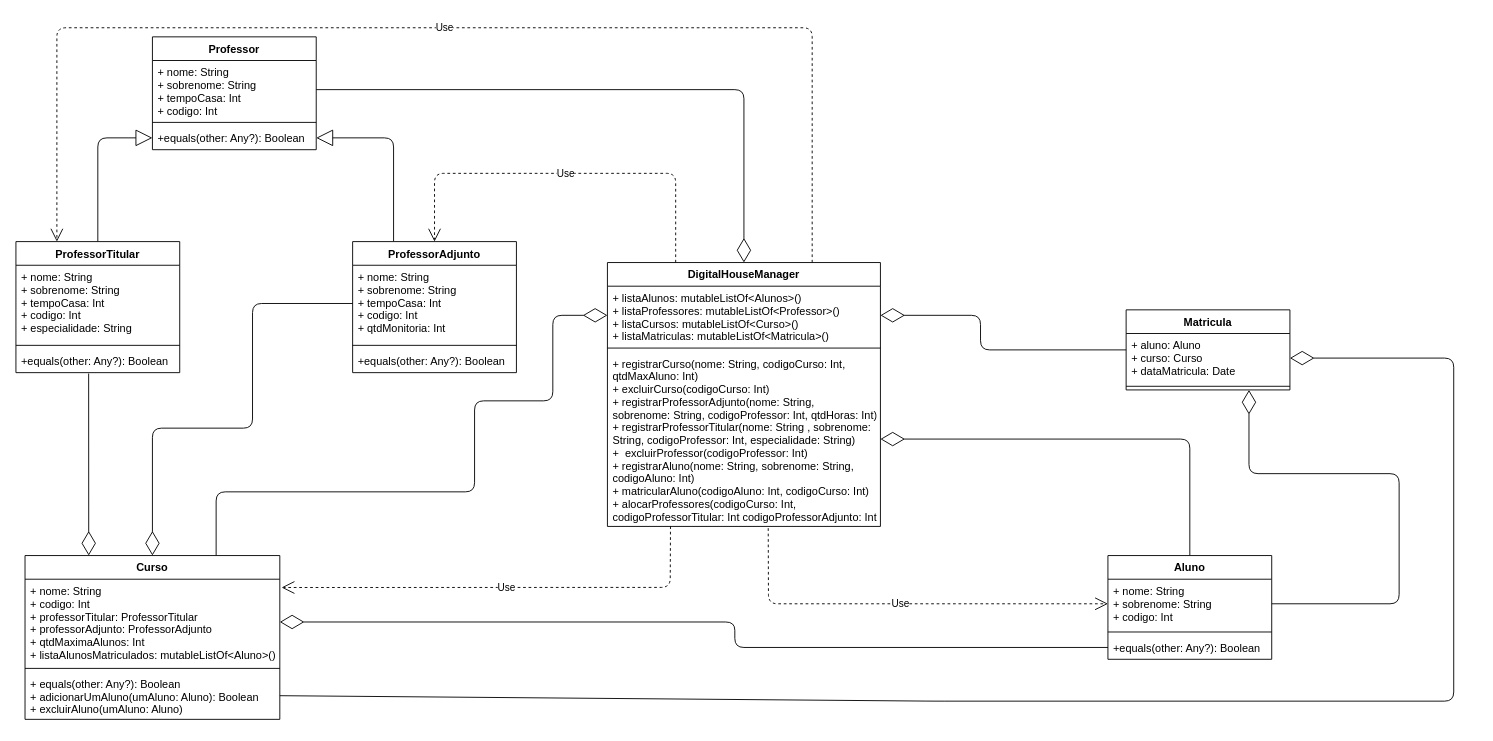
Before: UML/Diagrama Desafio Kotlin.drawio in MarcusLoureiro/DesafioKotlin, a draw.io diagram. Source tidied: cells renumbered, new cells numbered last; positions are measured from the earlier drawing's top-left corner, leaving out a move shared by most shapes. Both pictures are drawn from the tidied source at 91%, with x=0, y=0 at pixel (15, 27).
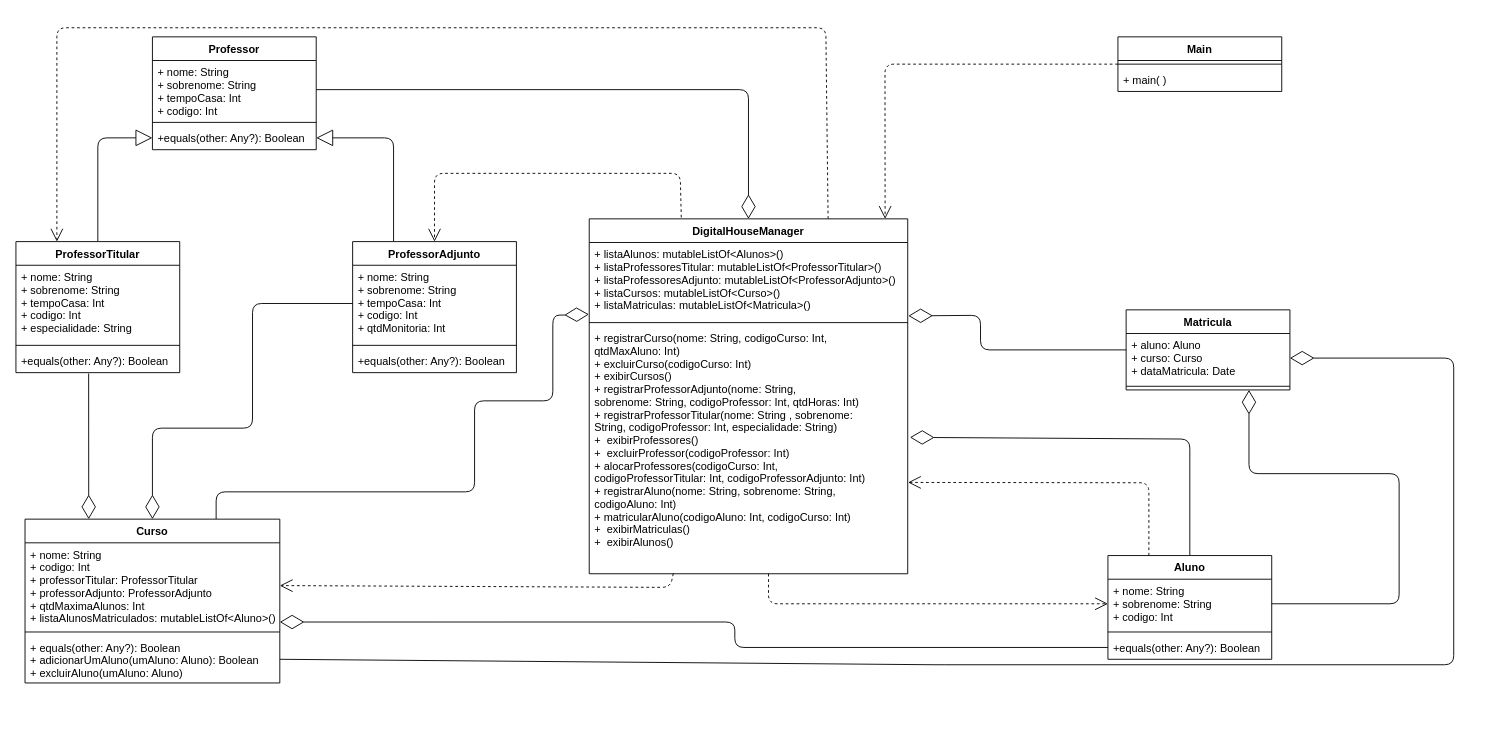
The same diagram, later.

Commit message (it also covers changes not shown here):
UML Revisado e código finalizado

The change refers to these unchanged cells:
```xml
<mxCell id="3" value="+ nome: String&#10;+ sobrenome: String&#10;+ tempoCasa: Int&#10;+ codigo: Int" style="text;strokeColor=none;fillColor=none;align=left;verticalAlign=top;spacingLeft=4;spacingRight=4;overflow=hidden;points=[[0,0.5],[1,0.5]];portConstraint=eastwest;" parent="2" vertex="1">
  <mxGeometry y="26" width="180" height="64" as="geometry" />
</mxCell>
<mxCell id="7" value="ProfessorTitular" style="swimlane;fontStyle=1;align=center;verticalAlign=top;horizontal=1;startSize=26;" parent="1" vertex="1">
  <mxGeometry y="235" width="180" height="144" as="geometry" />
</mxCell>
<mxCell id="25" value="ProfessorAdjunto" style="swimlane;fontStyle=1;align=center;verticalAlign=top;horizontal=1;startSize=26;" parent="1" vertex="1">
  <mxGeometry x="370" y="235" width="180" height="144" as="geometry" />
</mxCell>
<mxCell id="29" value="Matricula" style="swimlane;fontStyle=1;align=center;verticalAlign=top;horizontal=1;startSize=26;" parent="1" vertex="1">
  <mxGeometry x="1220" y="310" width="180" height="88" as="geometry" />
</mxCell>
<mxCell id="30" value="+ aluno: Aluno&#10;+ curso: Curso&#10;+ dataMatricula: Date" style="text;strokeColor=none;fillColor=none;align=left;verticalAlign=top;spacingLeft=4;spacingRight=4;overflow=hidden;points=[[0,0.5],[1,0.5]];portConstraint=eastwest;" parent="29" vertex="1">
  <mxGeometry y="26" width="180" height="54" as="geometry" />
</mxCell>
<mxCell id="37" value="+ nome: String&#10;+ codigo: Int&#10;+ professorTitular: ProfessorTitular&#10;+ professorAdjunto: ProfessorAdjunto&#10;+ qtdMaximaAlunos: Int&#10;+ listaAlunosMatriculados: mutableListOf&lt;Aluno&gt;()" style="text;strokeColor=none;fillColor=none;align=left;verticalAlign=top;spacingLeft=4;spacingRight=4;overflow=hidden;points=[[0,0.5],[1,0.5]];portConstraint=eastwest;" parent="36" vertex="1">
  <mxGeometry y="26" width="280" height="94" as="geometry" />
</mxCell>
<mxCell id="39" value="+ equals(other: Any?): Boolean &#10;+ adicionarUmAluno(umAluno: Aluno): Boolean&#10;+ excluirAluno(umAluno: Aluno)" style="text;strokeColor=none;fillColor=none;align=left;verticalAlign=top;spacingLeft=4;spacingRight=4;overflow=hidden;points=[[0,0.5],[1,0.5]];portConstraint=eastwest;" parent="36" vertex="1">
  <mxGeometry y="128" width="280" height="52" as="geometry" />
</mxCell>
```

The edit, as a diff of the source:
```diff
@@
-    <mxCell id="14" style="endArrow=diamondThin;endFill=0;endSize=24;html=1;exitX=0;exitY=0.5;exitDx=0;exitDy=0;entryX=1;entryY=0.5;entryDx=0;entryDy=0;" parent="1" edge="1" source="43" target="37">
+    <mxCell id="14" style="endArrow=diamondThin;endFill=0;endSize=24;html=1;exitX=0;exitY=0.5;exitDx=0;exitDy=0;entryX=1;entryY=0.926;entryDx=0;entryDy=0;entryPerimeter=0;" parent="1" edge="1" source="43" target="37">
       <mxGeometry relative="1" as="geometry">
         <Array as="points">
           <mxPoint x="790" y="681" />
           <mxPoint x="790" y="653" />
         </Array>
       </mxGeometry>
     </mxCell>
     <mxCell id="15" style="endArrow=diamondThin;endFill=0;endSize=24;html=1;entryX=1;entryY=0.5;entryDx=0;entryDy=0;exitX=1;exitY=0.5;exitDx=0;exitDy=0;" parent="1" edge="1" source="39" target="30">
       <mxGeometry relative="1" as="geometry">
         <Array as="points">
-          <mxPoint x="1010" y="740" />
-          <mxPoint x="1580" y="740" />
+          <mxPoint x="1010" y="700" />
+          <mxPoint x="1580" y="700" />
           <mxPoint x="1580" y="363" />
         </Array>
       </mxGeometry>
     </mxCell>
@@
-    <mxCell id="17" value="DigitalHouseManager&#10;" style="swimlane;fontStyle=1;align=center;verticalAlign=top;horizontal=1;startSize=26;" parent="1" vertex="1">
-      <mxGeometry x="650" y="258" width="300" height="290" as="geometry" />
-    </mxCell>
-    <mxCell id="18" value="+ listaAlunos: mutableListOf&lt;Alunos&gt;()&#10;+ listaProfessores: mutableListOf&lt;Professor&gt;()&#10;+ listaCursos: mutableListOf&lt;Curso&gt;()&#10;+ listaMatriculas: mutableListOf&lt;Matricula&gt;()" style="text;strokeColor=none;fillColor=none;align=left;verticalAlign=top;spacingLeft=4;spacingRight=4;overflow=hidden;points=[[0,0.5],[1,0.5]];portConstraint=eastwest;" parent="17" vertex="1">
-      <mxGeometry y="26" width="300" height="64" as="geometry" />
-    </mxCell>
-    <mxCell id="19" style="line;strokeWidth=1;fillColor=none;align=left;verticalAlign=middle;spacingTop=-1;spacingLeft=3;spacingRight=3;labelPosition=right;" parent="17" vertex="1">
-      <mxGeometry y="90" width="300" height="8" as="geometry" />
-    </mxCell>
-    <mxCell id="20" value="+ registrarCurso(nome: String, codigoCurso: Int, &#10;qtdMaxAluno: Int)&#10;+ excluirCurso(codigoCurso: Int)&#10;+ registrarProfessorAdjunto(nome: String, &#10;sobrenome: String, codigoProfessor: Int, qtdHoras: Int)&#10;+ registrarProfessorTitular(nome: String , sobrenome: &#10;String, codigoProfessor: Int, especialidade: String)&#10;+  excluirProfessor(codigoProfessor: Int)&#10;+ registrarAluno(nome: String, sobrenome: String, &#10;codigoAluno: Int)&#10;+ matricularAluno(codigoAluno: Int, codigoCurso: Int)&#10;+ alocarProfessores(codigoCurso: Int,&#10;codigoProfessorTitular: Int codigoProfessorAdjunto: Int)" style="text;strokeColor=none;fillColor=none;align=left;verticalAlign=top;spacingLeft=4;spacingRight=4;overflow=hidden;points=[[0,0.5],[1,0.5]];portConstraint=eastwest;" parent="17" vertex="1">
-      <mxGeometry y="98" width="300" height="192" as="geometry" />
-    </mxCell>
     <mxCell id="21" style="endArrow=diamondThin;endFill=0;endSize=24;html=1;exitX=1;exitY=0.5;exitDx=0;exitDy=0;entryX=0.5;entryY=0;entryDx=0;entryDy=0;" parent="1" edge="1" source="3" target="17">
       <mxGeometry relative="1" as="geometry">
         <Array as="points">
-          <mxPoint x="800" y="68" />
+          <mxPoint x="805" y="68" />
         </Array>
       </mxGeometry>
     </mxCell>
-    <mxCell id="22" style="endArrow=diamondThin;endFill=0;endSize=24;html=1;exitX=0.5;exitY=0;exitDx=0;exitDy=0;" parent="1" edge="1" source="40" target="20">
+    <mxCell id="22" style="endArrow=diamondThin;endFill=0;endSize=24;html=1;exitX=0.5;exitY=0;exitDx=0;exitDy=0;entryX=1.007;entryY=0.449;entryDx=0;entryDy=0;entryPerimeter=0;" parent="1" edge="1" source="40" target="20">
       <mxGeometry relative="1" as="geometry">
         <Array as="points">
           <mxPoint x="1290" y="452" />
         </Array>
       </mxGeometry>
     </mxCell>
-    <mxCell id="23" style="endArrow=diamondThin;endFill=0;endSize=24;html=1;exitX=0.75;exitY=0;exitDx=0;exitDy=0;entryX=0;entryY=0.5;entryDx=0;entryDy=0;" parent="1" edge="1" source="36" target="18">
+    <mxCell id="23" style="endArrow=diamondThin;endFill=0;endSize=24;html=1;exitX=0.75;exitY=0;exitDx=0;exitDy=0;entryX=-0.001;entryY=0.94;entryDx=0;entryDy=0;entryPerimeter=0;" parent="1" edge="1" source="36" target="18">
       <mxGeometry relative="1" as="geometry">
         <Array as="points">
           <mxPoint x="220" y="510" />
           <mxPoint x="504" y="510" />
           <mxPoint x="504" y="410" />
           <mxPoint x="590" y="410" />
           <mxPoint x="590" y="316" />
         </Array>
       </mxGeometry>
     </mxCell>
-    <mxCell id="24" style="endArrow=diamondThin;endFill=0;endSize=24;html=1;exitX=0;exitY=0.5;exitDx=0;exitDy=0;entryX=1;entryY=0.5;entryDx=0;entryDy=0;" parent="1" edge="1" source="29" target="18">
+    <mxCell id="24" style="endArrow=diamondThin;endFill=0;endSize=24;html=1;exitX=0;exitY=0.5;exitDx=0;exitDy=0;entryX=1.002;entryY=0.96;entryDx=0;entryDy=0;entryPerimeter=0;" parent="1" edge="1" source="29" target="18">
       <mxGeometry relative="1" as="geometry">
         <Array as="points">
           <mxPoint x="1060" y="354" />
           <mxPoint x="1060" y="316" />
         </Array>
       </mxGeometry>
     </mxCell>
@@
-    <mxCell id="32" value="Use" style="endArrow=open;endSize=12;dashed=1;html=1;exitX=0.231;exitY=0.999;exitDx=0;exitDy=0;exitPerimeter=0;entryX=1.007;entryY=0.097;entryDx=0;entryDy=0;entryPerimeter=0;" parent="1" edge="1" source="20" target="37">
+    <mxCell id="32" style="endArrow=open;endSize=12;dashed=1;html=1;exitX=0.264;exitY=0.999;exitDx=0;exitDy=0;exitPerimeter=0;entryX=1;entryY=0.5;entryDx=0;entryDy=0;" parent="1" edge="1" source="20" target="37">
       <mxGeometry relative="1" as="geometry">
         <Array as="points">
           <mxPoint x="719" y="615" />
         </Array>
       </mxGeometry>
     </mxCell>
-    <mxCell id="33" value="Use" style="endArrow=open;endSize=12;dashed=1;html=1;exitX=0.25;exitY=0;exitDx=0;exitDy=0;entryX=0.5;entryY=0;entryDx=0;entryDy=0;" parent="1" edge="1" source="17" target="25">
+    <mxCell id="33" style="endArrow=open;endSize=12;dashed=1;html=1;exitX=0.289;exitY=-0.004;exitDx=0;exitDy=0;entryX=0.5;entryY=0;entryDx=0;entryDy=0;exitPerimeter=0;" parent="1" edge="1" source="17" target="25">
       <mxGeometry relative="1" as="geometry">
         <Array as="points">
-          <mxPoint x="725" y="160" />
+          <mxPoint x="730" y="160" />
           <mxPoint x="460" y="160" />
         </Array>
       </mxGeometry>
     </mxCell>
-    <mxCell id="34" value="Use" style="endArrow=open;endSize=12;dashed=1;html=1;exitX=0.75;exitY=0;exitDx=0;exitDy=0;entryX=0.25;entryY=0;entryDx=0;entryDy=0;" parent="1" edge="1" source="17" target="7">
+    <mxCell id="34" style="endArrow=open;endSize=12;dashed=1;html=1;exitX=0.75;exitY=0;exitDx=0;exitDy=0;entryX=0.25;entryY=0;entryDx=0;entryDy=0;" parent="1" edge="1" source="17" target="7">
       <mxGeometry relative="1" as="geometry">
         <Array as="points">
-          <mxPoint x="875" />
+          <mxPoint x="890" />
           <mxPoint x="45" />
         </Array>
       </mxGeometry>
     </mxCell>
-    <mxCell id="35" value="Use" style="endArrow=open;endSize=12;dashed=1;html=1;exitX=0.589;exitY=1.01;exitDx=0;exitDy=0;exitPerimeter=0;entryX=0;entryY=0.5;entryDx=0;entryDy=0;" parent="1" edge="1" source="20" target="41">
+    <mxCell id="35" style="endArrow=open;endSize=12;dashed=1;html=1;entryX=0;entryY=0.5;entryDx=0;entryDy=0;" parent="1" edge="1" target="41">
       <mxGeometry relative="1" as="geometry">
+        <mxPoint x="827" y="600" as="sourcePoint" />
         <Array as="points">
           <mxPoint x="827" y="633" />
         </Array>
       </mxGeometry>
     </mxCell>
+    <mxCell id="40" value="Aluno" style="swimlane;fontStyle=1;align=center;verticalAlign=top;horizontal=1;startSize=26;" parent="1" vertex="1">
+      <mxGeometry x="1200" y="580" width="180" height="114" as="geometry" />
+    </mxCell>
+    <mxCell id="41" value="+ nome: String&#10;+ sobrenome: String&#10;+ codigo: Int" style="text;strokeColor=none;fillColor=none;align=left;verticalAlign=top;spacingLeft=4;spacingRight=4;overflow=hidden;points=[[0,0.5],[1,0.5]];portConstraint=eastwest;" parent="40" vertex="1">
+      <mxGeometry y="26" width="180" height="54" as="geometry" />
+    </mxCell>
+    <mxCell id="42" style="line;strokeWidth=1;fillColor=none;align=left;verticalAlign=middle;spacingTop=-1;spacingLeft=3;spacingRight=3;labelPosition=right;" parent="40" vertex="1">
+      <mxGeometry y="80" width="180" height="8" as="geometry" />
+    </mxCell>
+    <mxCell id="43" value="+equals(other: Any?): Boolean " style="text;strokeColor=none;fillColor=none;align=left;verticalAlign=top;spacingLeft=4;spacingRight=4;overflow=hidden;points=[[0,0.5],[1,0.5]];portConstraint=eastwest;" parent="40" vertex="1">
+      <mxGeometry y="88" width="180" height="26" as="geometry" />
+    </mxCell>
+    <mxCell id="44" value="Main" style="swimlane;fontStyle=1;align=center;verticalAlign=top;horizontal=1;startSize=26;" parent="1" vertex="1">
+      <mxGeometry x="1211" y="10" width="180" height="60" as="geometry" />
+    </mxCell>
+    <mxCell id="45" style="line;strokeWidth=1;fillColor=none;align=left;verticalAlign=middle;spacingTop=-1;spacingLeft=3;spacingRight=3;labelPosition=right;" parent="44" vertex="1">
+      <mxGeometry y="26" width="180" height="8" as="geometry" />
+    </mxCell>
+    <mxCell id="46" value="+ main( )" style="text;strokeColor=none;fillColor=none;align=left;verticalAlign=top;spacingLeft=4;spacingRight=4;overflow=hidden;" parent="44" vertex="1">
+      <mxGeometry y="34" width="180" height="26" as="geometry" />
+    </mxCell>
+    <mxCell id="47" style="endArrow=open;endSize=12;dashed=1;html=1;entryX=0.929;entryY=0;entryDx=0;entryDy=0;entryPerimeter=0;exitX=0;exitY=0.5;exitDx=0;exitDy=0;" parent="1" edge="1" source="44" target="17">
+      <mxGeometry relative="1" as="geometry">
+        <Array as="points">
+          <mxPoint x="955" y="40" />
+        </Array>
+      </mxGeometry>
+    </mxCell>
+    <mxCell id="17" value="DigitalHouseManager&#10;" style="swimlane;fontStyle=1;align=center;verticalAlign=top;horizontal=1;startSize=26;" parent="1" vertex="1">
+      <mxGeometry x="630" y="210" width="350" height="390" as="geometry" />
+    </mxCell>
+    <mxCell id="18" value="+ listaAlunos: mutableListOf&lt;Alunos&gt;()&#10;+ listaProfessoresTitular: mutableListOf&lt;ProfessorTitular&gt;()&#10;+ listaProfessoresAdjunto: mutableListOf&lt;ProfessorAdjunto&gt;()&#10;+ listaCursos: mutableListOf&lt;Curso&gt;()&#10;+ listaMatriculas: mutableListOf&lt;Matricula&gt;()" style="text;strokeColor=none;fillColor=none;align=left;verticalAlign=top;spacingLeft=4;spacingRight=4;overflow=hidden;points=[[0,0.5],[1,0.5]];portConstraint=eastwest;" parent="17" vertex="1">
+      <mxGeometry y="26" width="350" height="84" as="geometry" />
+    </mxCell>
+    <mxCell id="19" style="line;strokeWidth=1;fillColor=none;align=left;verticalAlign=middle;spacingTop=-1;spacingLeft=3;spacingRight=3;labelPosition=right;" parent="17" vertex="1">
+      <mxGeometry y="110" width="350" height="8" as="geometry" />
+    </mxCell>
+    <mxCell id="20" value="+ registrarCurso(nome: String, codigoCurso: Int, &#10;qtdMaxAluno: Int)&#10;+ excluirCurso(codigoCurso: Int)&#10;+ exibirCursos()&#10;+ registrarProfessorAdjunto(nome: String, &#10;sobrenome: String, codigoProfessor: Int, qtdHoras: Int)&#10;+ registrarProfessorTitular(nome: String , sobrenome: &#10;String, codigoProfessor: Int, especialidade: String)&#10;+  exibirProfessores()&#10;+  excluirProfessor(codigoProfessor: Int)&#10;+ alocarProfessores(codigoCurso: Int,&#10;codigoProfessorTitular: Int, codigoProfessorAdjunto: Int)&#10;+ registrarAluno(nome: String, sobrenome: String, &#10;codigoAluno: Int)&#10;+ matricularAluno(codigoAluno: Int, codigoCurso: Int)&#10;+  exibirMatriculas()&#10;+  exibirAlunos()&#10;&#10;" style="text;strokeColor=none;fillColor=none;align=left;verticalAlign=top;spacingLeft=4;spacingRight=4;overflow=hidden;points=[[0,0.5],[1,0.5]];portConstraint=eastwest;" parent="17" vertex="1">
+      <mxGeometry y="118" width="350" height="272" as="geometry" />
+    </mxCell>
+    <mxCell id="48" style="endArrow=open;endSize=12;dashed=1;html=1;exitX=0.25;exitY=0;exitDx=0;exitDy=0;entryX=1.001;entryY=0.631;entryDx=0;entryDy=0;entryPerimeter=0;" parent="1" edge="1" source="40" target="20">
+      <mxGeometry relative="1" as="geometry">
+        <Array as="points">
+          <mxPoint x="1245" y="500" />
+        </Array>
+      </mxGeometry>
+    </mxCell>
     <mxCell id="36" value="Curso" style="swimlane;fontStyle=1;align=center;verticalAlign=top;horizontal=1;startSize=26;" parent="1" vertex="1">
-      <mxGeometry x="10" y="580" width="280" height="180" as="geometry" />
+      <mxGeometry x="10" y="540" width="280" height="180" as="geometry" />
     </mxCell>
@@
-    <mxCell id="40" value="Aluno" style="swimlane;fontStyle=1;align=center;verticalAlign=top;horizontal=1;startSize=26;" parent="1" vertex="1">
-      <mxGeometry x="1200" y="580" width="180" height="114" as="geometry" />
-    </mxCell>
-    <mxCell id="41" value="+ nome: String&#10;+ sobrenome: String&#10;+ codigo: Int" style="text;strokeColor=none;fillColor=none;align=left;verticalAlign=top;spacingLeft=4;spacingRight=4;overflow=hidden;points=[[0,0.5],[1,0.5]];portConstraint=eastwest;" parent="40" vertex="1">
-      <mxGeometry y="26" width="180" height="54" as="geometry" />
-    </mxCell>
-    <mxCell id="42" style="line;strokeWidth=1;fillColor=none;align=left;verticalAlign=middle;spacingTop=-1;spacingLeft=3;spacingRight=3;labelPosition=right;" parent="40" vertex="1">
-      <mxGeometry y="80" width="180" height="8" as="geometry" />
-    </mxCell>
-    <mxCell id="43" value="+equals(other: Any?): Boolean " style="text;strokeColor=none;fillColor=none;align=left;verticalAlign=top;spacingLeft=4;spacingRight=4;overflow=hidden;points=[[0,0.5],[1,0.5]];portConstraint=eastwest;" parent="40" vertex="1">
-      <mxGeometry y="88" width="180" height="26" as="geometry" />
-    </mxCell>
```
